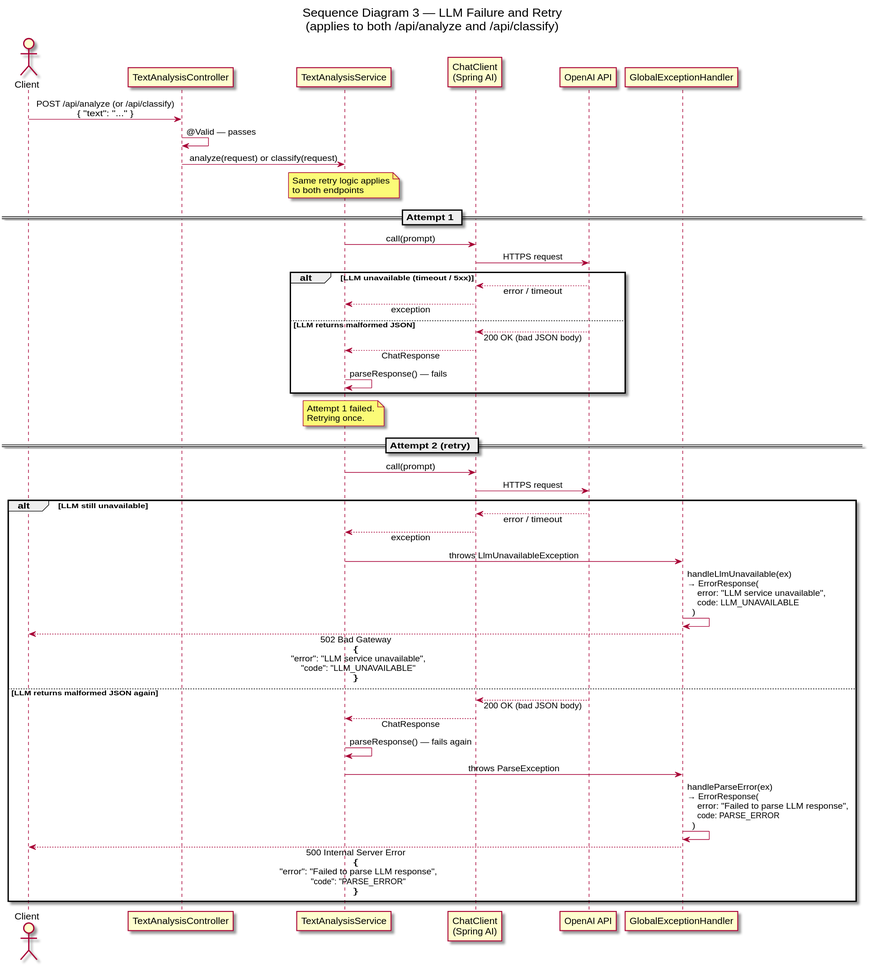
Buffden/ai-text-intelligence-dashboard keeps this PlantUML diagram as diagrams/docs/sequence-llm-failure.svg. Above is the earlier version.
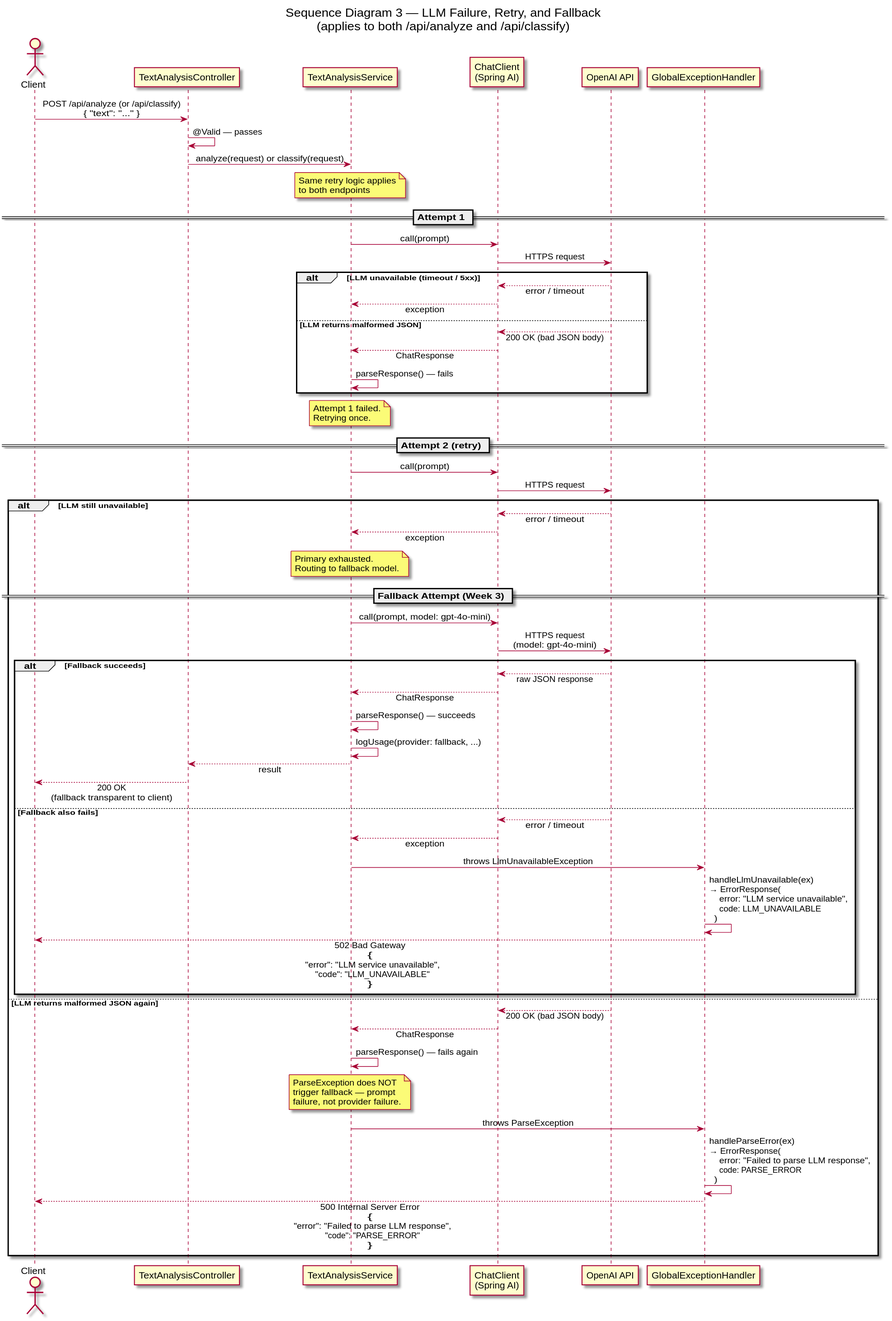
After the commit.

What changed in the source:
```diff
@@ -1,6 +1,6 @@
 @startuml sequence-llm-failure
 
-title Sequence Diagram 3 — LLM Failure and Retry\n(applies to both /api/analyze and /api/classify)
+title Sequence Diagram 3 — LLM Failure, Retry, and Fallback\n(applies to both /api/analyze and /api/classify)
 
 skinparam sequenceMessageAlign center
 skinparam responseMessageBelowArrow true
@@ -49,15 +49,38 @@
 
   OpenAI --> ChatClient : error / timeout
   ChatClient --> Service : exception
-  Service -> Handler : throws LlmUnavailableException
-  Handler -> Handler : handleLlmUnavailable(ex)\n→ ErrorResponse(\n    error: "LLM service unavailable",\n    code: LLM_UNAVAILABLE\n  )
-  Handler --> Client : 502 Bad Gateway\n{\n  "error": "LLM service unavailable",\n  "code": "LLM_UNAVAILABLE"\n}
+  note over Service : Primary exhausted.\nRouting to fallback model.
+
+  == Fallback Attempt (Week 3) ==
+
+  Service -> ChatClient : call(prompt, model: gpt-4o-mini)
+  ChatClient -> OpenAI : HTTPS request\n(model: gpt-4o-mini)
+
+  alt Fallback succeeds
+
+    OpenAI --> ChatClient : raw JSON response
+    ChatClient --> Service : ChatResponse
+    Service -> Service : parseResponse() — succeeds
+    Service -> Service : logUsage(provider: fallback, ...)
+    Service --> Controller : result
+    Controller --> Client : 200 OK\n(fallback transparent to client)
+
+  else Fallback also fails
+
+    OpenAI --> ChatClient : error / timeout
+    ChatClient --> Service : exception
+    Service -> Handler : throws LlmUnavailableException
+    Handler -> Handler : handleLlmUnavailable(ex)\n→ ErrorResponse(\n    error: "LLM service unavailable",\n    code: LLM_UNAVAILABLE\n  )
+    Handler --> Client : 502 Bad Gateway\n{\n  "error": "LLM service unavailable",\n  "code": "LLM_UNAVAILABLE"\n}
+
+  end
 
 else LLM returns malformed JSON again
 
   OpenAI --> ChatClient : 200 OK (bad JSON body)
   ChatClient --> Service : ChatResponse
   Service -> Service : parseResponse() — fails again
+  note over Service : ParseException does NOT\ntrigger fallback — prompt\nfailure, not provider failure.
   Service -> Handler : throws ParseException
   Handler -> Handler : handleParseError(ex)\n→ ErrorResponse(\n    error: "Failed to parse LLM response",\n    code: PARSE_ERROR\n  )
   Handler --> Client : 500 Internal Server Error\n{\n  "error": "Failed to parse LLM response",\n  "code": "PARSE_ERROR"\n}
```
